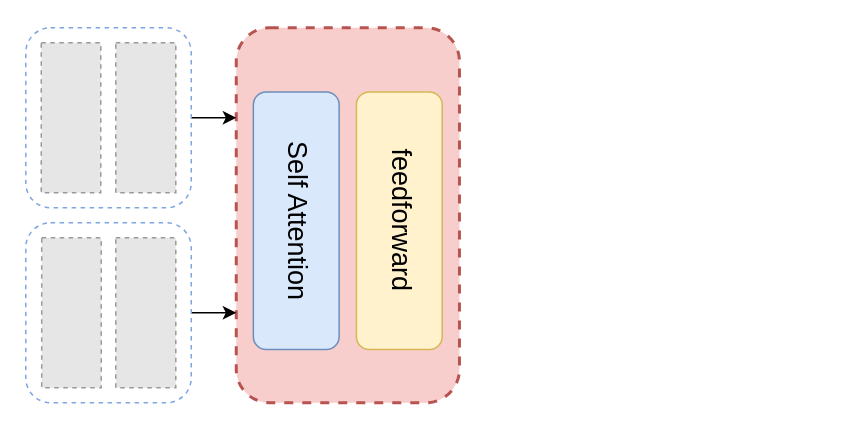
CZYdeGithub/drawio keeps this draw.io diagram as 11.17mulview.drawio. Above is the earlier version. Source tidied: cells renumbered, new cells numbered last; positions are measured from the earlier drawing's top-left corner, leaving out a move shared by most shapes. Both pictures are drawn from the tidied source at 150%, with x=0, y=0 at pixel (26, 27). Pictures stored in the file or linked from it are replaced by grey dashed boxes.
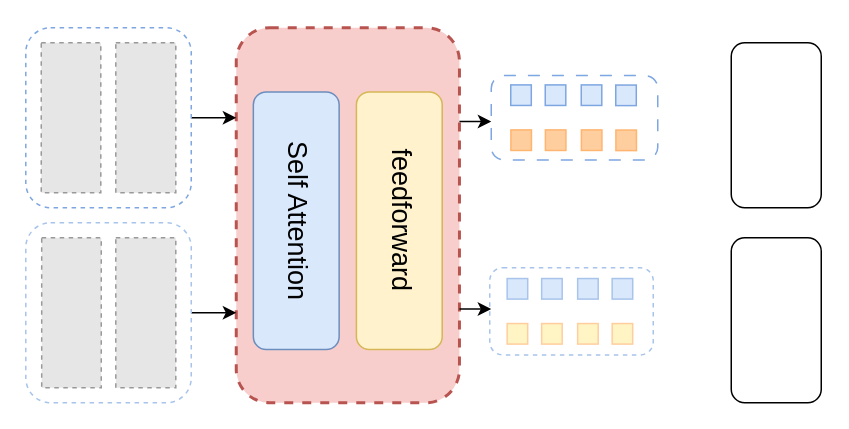
The same page after the edit.

What changed in the source:
```diff
@@
-    <mxCell id="2" style="group;" parent="1" vertex="1">
-      <mxGeometry x="-0.3" width="289.1" height="250" as="geometry" />
-    </mxCell>
-    <mxCell id="3" style="group;" parent="2" vertex="1">
-      <mxGeometry x="140.3" width="148.8" height="250" as="geometry" />
-    </mxCell>
+    <mxCell id="17" style="group;" parent="1" vertex="1">
+      <mxGeometry x="-0.3" width="421.3" height="250" as="geometry" />
+    </mxCell>
-    <mxCell id="4" style="rounded=1;whiteSpace=wrap;html=1;fillColor=#f8cecc;strokeColor=#b85450;dashed=1;strokeWidth=2;" parent="3" vertex="1">
-      <mxGeometry width="148.8" height="250" as="geometry" />
+    <mxCell id="4" style="rounded=1;whiteSpace=wrap;html=1;fillColor=#f8cecc;strokeColor=#b85450;dashed=1;strokeWidth=2;" parent="17" vertex="1">
+      <mxGeometry x="140.3" width="148.8" height="250" as="geometry" />
     </mxCell>
-    <mxCell id="5" value="Self Attention" style="rounded=1;whiteSpace=wrap;html=1;textDirection=vertical-lr;fontSize=18;fillColor=#dae8fc;strokeColor=#6c8ebf;" parent="3" vertex="1">
-      <mxGeometry x="11.4" y="42.8" width="57.2" height="171.7" as="geometry" />
+    <mxCell id="5" value="Self Attention" style="rounded=1;whiteSpace=wrap;html=1;textDirection=vertical-lr;fontSize=18;fillColor=#dae8fc;strokeColor=#6c8ebf;" parent="17" vertex="1">
+      <mxGeometry x="151.7" y="42.8" width="57.2" height="171.7" as="geometry" />
     </mxCell>
-    <mxCell id="6" value="feedforward" style="rounded=1;whiteSpace=wrap;html=1;textDirection=vertical-lr;fontSize=18;fillColor=#fff2cc;strokeColor=#d6b656;" parent="3" vertex="1">
-      <mxGeometry x="80.1" y="42.8" width="57.2" height="171.7" as="geometry" />
+    <mxCell id="6" value="feedforward" style="rounded=1;whiteSpace=wrap;html=1;textDirection=vertical-lr;fontSize=18;fillColor=#fff2cc;strokeColor=#d6b656;" parent="17" vertex="1">
+      <mxGeometry x="220.4" y="42.8" width="57.2" height="171.7" as="geometry" />
     </mxCell>
-    <mxCell id="7" style="group;" parent="2" vertex="1">
-      <mxGeometry width="110.3" height="120" as="geometry" />
-    </mxCell>
-    <mxCell id="8" style="fillColor=#E6E6E6;strokeColor=#999999;dashed=1;verticalLabelPosition=bottom;labelBackgroundColor=default;verticalAlign=top;" parent="7" vertex="1">
+    <mxCell id="8" style="fillColor=#E6E6E6;strokeColor=#999999;dashed=1;verticalLabelPosition=bottom;labelBackgroundColor=default;verticalAlign=top;" parent="17" vertex="1">
       <mxGeometry x="10.3" y="10" width="39.7" height="100" as="geometry" />
     </mxCell>
-    <mxCell id="9" style="fillColor=#E6E6E6;strokeColor=#999999;dashed=1;verticalLabelPosition=bottom;labelBackgroundColor=default;verticalAlign=top;" parent="7" vertex="1">
+    <mxCell id="9" style="fillColor=#E6E6E6;strokeColor=#999999;dashed=1;verticalLabelPosition=bottom;labelBackgroundColor=default;verticalAlign=top;" parent="17" vertex="1">
       <mxGeometry x="60" y="10" width="40" height="100" as="geometry" />
     </mxCell>
-    <mxCell id="10" style="edgeStyle=orthogonalEdgeStyle;rounded=0;jettySize=auto;html=1;exitX=1;exitY=0.5;exitDx=0;exitDy=0;" parent="7" edge="1" source="11">
+    <mxCell id="10" style="edgeStyle=orthogonalEdgeStyle;rounded=0;jettySize=auto;html=1;exitX=1;exitY=0.5;exitDx=0;exitDy=0;" parent="17" edge="1" source="11">
       <mxGeometry relative="1" as="geometry">
         <mxPoint x="140.3" y="60" as="targetPoint" />
       </mxGeometry>
     </mxCell>
-    <mxCell id="11" style="rounded=1;whiteSpace=wrap;html=1;fillColor=none;dashed=1;strokeColor=#7EA6E0;" parent="7" vertex="1">
+    <mxCell id="11" style="rounded=1;whiteSpace=wrap;html=1;fillColor=none;dashed=1;strokeColor=#7EA6E0;" parent="17" vertex="1">
       <mxGeometry width="110.3" height="120" as="geometry" />
     </mxCell>
-    <mxCell id="12" style="group;" parent="2" vertex="1">
-      <mxGeometry y="130" width="110.3" height="120" as="geometry" />
-    </mxCell>
+    <mxCell id="15" style="edgeStyle=orthogonalEdgeStyle;rounded=0;jettySize=auto;html=1;exitX=1;exitY=0.5;exitDx=0;exitDy=0;" parent="17" edge="1" source="16">
+      <mxGeometry relative="1" as="geometry">
+        <mxPoint x="140.3" y="190" as="targetPoint" />
+      </mxGeometry>
+    </mxCell>
-    <mxCell id="13" style="fillColor=#E6E6E6;strokeColor=#999999;dashed=1;verticalLabelPosition=bottom;labelBackgroundColor=default;verticalAlign=top;" parent="12" vertex="1">
-      <mxGeometry x="10.6" y="10" width="39.7" height="100" as="geometry" />
+    <mxCell id="13" style="fillColor=#E6E6E6;strokeColor=#999999;dashed=1;verticalLabelPosition=bottom;labelBackgroundColor=default;verticalAlign=top;" parent="17" vertex="1">
+      <mxGeometry x="10.6" y="140" width="39.7" height="100" as="geometry" />
     </mxCell>
-    <mxCell id="14" style="fillColor=#E6E6E6;strokeColor=#999999;dashed=1;verticalLabelPosition=bottom;labelBackgroundColor=default;verticalAlign=top;" parent="12" vertex="1">
-      <mxGeometry x="60" y="10" width="40" height="100" as="geometry" />
+    <mxCell id="14" style="fillColor=#E6E6E6;strokeColor=#999999;dashed=1;verticalLabelPosition=bottom;labelBackgroundColor=default;verticalAlign=top;" parent="17" vertex="1">
+      <mxGeometry x="60" y="140" width="40" height="100" as="geometry" />
     </mxCell>
-    <mxCell id="15" style="edgeStyle=orthogonalEdgeStyle;rounded=0;jettySize=auto;html=1;exitX=1;exitY=0.5;exitDx=0;exitDy=0;" parent="12" edge="1" source="16">
-      <mxGeometry relative="1" as="geometry">
-        <mxPoint x="140.3" y="60" as="targetPoint" />
-      </mxGeometry>
-    </mxCell>
-    <mxCell id="16" style="rounded=1;whiteSpace=wrap;html=1;fillColor=none;strokeColor=#7EA6E0;dashed=1;" parent="12" vertex="1">
-      <mxGeometry width="110.3" height="120" as="geometry" />
+    <mxCell id="16" style="rounded=1;whiteSpace=wrap;html=1;fillColor=none;strokeColor=#A9C4EB;dashed=1;" parent="17" vertex="1">
+      <mxGeometry y="130" width="110.3" height="120" as="geometry" />
     </mxCell>
+    <mxCell id="18" style="group;" parent="17" vertex="1">
+      <mxGeometry x="309.3" y="160" width="109" height="58.1" as="geometry" />
+    </mxCell>
+    <mxCell id="19" style="whiteSpace=wrap;html=1;direction=west;fillColor=#dae8fc;strokeColor=#A9C4EB;" parent="18" vertex="1">
+      <mxGeometry x="34.6" y="7.2" width="13.7" height="13.7" as="geometry" />
+    </mxCell>
+    <mxCell id="20" style="whiteSpace=wrap;html=1;direction=west;fillColor=#dae8fc;strokeColor=#A9C4EB;" parent="18" vertex="1">
+      <mxGeometry x="11.6" y="7.2" width="13.7" height="13.7" as="geometry" />
+    </mxCell>
+    <mxCell id="21" style="whiteSpace=wrap;html=1;direction=west;fillColor=#dae8fc;strokeColor=#A9C4EB;" parent="18" vertex="1">
+      <mxGeometry x="58.6" y="7.2" width="13.7" height="13.7" as="geometry" />
+    </mxCell>
+    <mxCell id="22" style="whiteSpace=wrap;html=1;direction=west;fillColor=#dae8fc;strokeColor=#A9C4EB;" parent="18" vertex="1">
+      <mxGeometry x="81.6" y="7.2" width="13.7" height="13.7" as="geometry" />
+    </mxCell>
+    <mxCell id="23" style="whiteSpace=wrap;html=1;direction=west;fillColor=#FFF4C3;strokeColor=#FFCE9F;" parent="18" vertex="1">
+      <mxGeometry x="11.6" y="37.2" width="13.7" height="13.7" as="geometry" />
+    </mxCell>
+    <mxCell id="24" style="whiteSpace=wrap;html=1;direction=west;fillColor=#FFF4C3;strokeColor=#FFCE9F;" parent="18" vertex="1">
+      <mxGeometry x="58.6" y="37.2" width="13.7" height="13.7" as="geometry" />
+    </mxCell>
+    <mxCell id="25" style="whiteSpace=wrap;html=1;direction=west;fillColor=#FFF4C3;strokeColor=#FFCE9F;" parent="18" vertex="1">
+      <mxGeometry x="34.6" y="37.2" width="13.7" height="13.7" as="geometry" />
+    </mxCell>
+    <mxCell id="26" style="whiteSpace=wrap;html=1;direction=west;fillColor=#FFF4C3;strokeColor=#FFCE9F;" parent="18" vertex="1">
+      <mxGeometry x="81.6" y="37.2" width="13.7" height="13.7" as="geometry" />
+    </mxCell>
+    <mxCell id="27" style="rounded=1;whiteSpace=wrap;html=1;fillColor=none;dashed=1;strokeColor=#A9C4EB;" parent="18" vertex="1">
+      <mxGeometry width="109" height="58.1" as="geometry" />
+    </mxCell>
+    <mxCell id="28" style="group;" parent="17" vertex="1">
+      <mxGeometry x="310.3" y="31.9" width="111" height="56.2" as="geometry" />
+    </mxCell>
+    <mxCell id="29" style="whiteSpace=wrap;html=1;direction=west;fillColor=#dae8fc;strokeColor=#7EA6E0;" parent="28" vertex="1">
+      <mxGeometry x="36" y="6.2" width="13.7" height="13.7" as="geometry" />
+    </mxCell>
+    <mxCell id="30" style="whiteSpace=wrap;html=1;direction=west;fillColor=#dae8fc;strokeColor=#7EA6E0;" parent="28" vertex="1">
+      <mxGeometry x="13" y="6.2" width="13.7" height="13.7" as="geometry" />
+    </mxCell>
+    <mxCell id="31" style="whiteSpace=wrap;html=1;direction=west;fillColor=#dae8fc;strokeColor=#7EA6E0;" parent="28" vertex="1">
+      <mxGeometry x="60" y="6.2" width="13.7" height="13.7" as="geometry" />
+    </mxCell>
+    <mxCell id="32" style="whiteSpace=wrap;html=1;direction=west;fillColor=#dae8fc;strokeColor=#7EA6E0;" parent="28" vertex="1">
+      <mxGeometry x="83" y="6.3" width="13.7" height="13.7" as="geometry" />
+    </mxCell>
+    <mxCell id="33" style="whiteSpace=wrap;html=1;direction=west;fillColor=#FFCE9F;strokeColor=#FFB570;" parent="28" vertex="1">
+      <mxGeometry x="13.1" y="36.2" width="13.7" height="13.7" as="geometry" />
+    </mxCell>
+    <mxCell id="34" style="whiteSpace=wrap;html=1;direction=west;fillColor=#FFCE9F;strokeColor=#FFB570;" parent="28" vertex="1">
+      <mxGeometry x="60.1" y="36.2" width="13.7" height="13.7" as="geometry" />
+    </mxCell>
+    <mxCell id="35" style="whiteSpace=wrap;html=1;direction=west;fillColor=#FFCE9F;strokeColor=#FFB570;" parent="28" vertex="1">
+      <mxGeometry x="36.1" y="36.2" width="13.7" height="13.7" as="geometry" />
+    </mxCell>
+    <mxCell id="36" style="whiteSpace=wrap;html=1;direction=west;fillColor=#FFCE9F;strokeColor=#FFB570;" parent="28" vertex="1">
+      <mxGeometry x="83.1" y="36.3" width="13.7" height="13.7" as="geometry" />
+    </mxCell>
+    <mxCell id="37" style="rounded=1;whiteSpace=wrap;html=1;fillColor=none;strokeColor=#7EA6E0;dashed=1;dashPattern=8 8;" parent="28" vertex="1">
+      <mxGeometry width="111" height="56.2" as="geometry" />
+    </mxCell>
+    <mxCell id="38" style="edgeStyle=orthogonalEdgeStyle;rounded=0;jettySize=auto;html=1;exitX=1;exitY=0.25;exitDx=0;exitDy=0;entryX=0;entryY=0.545;entryDx=0;entryDy=0;entryPerimeter=0;" parent="17" edge="1" source="4" target="37">
+      <mxGeometry relative="1" as="geometry" />
+    </mxCell>
+    <mxCell id="39" style="edgeStyle=orthogonalEdgeStyle;rounded=0;jettySize=auto;html=1;exitX=1;exitY=0.75;exitDx=0;exitDy=0;entryX=0.009;entryY=0.473;entryDx=0;entryDy=0;entryPerimeter=0;" parent="17" edge="1" source="4" target="27">
+      <mxGeometry relative="1" as="geometry" />
+    </mxCell>
+    <mxCell id="40" style="rounded=1;whiteSpace=wrap;html=1;" parent="1" vertex="1">
+      <mxGeometry x="470" y="10" width="60" height="110" as="geometry" />
+    </mxCell>
+    <mxCell id="41" style="rounded=1;whiteSpace=wrap;html=1;" parent="1" vertex="1">
+      <mxGeometry x="470" y="140" width="60" height="110" as="geometry" />
+    </mxCell>
```
